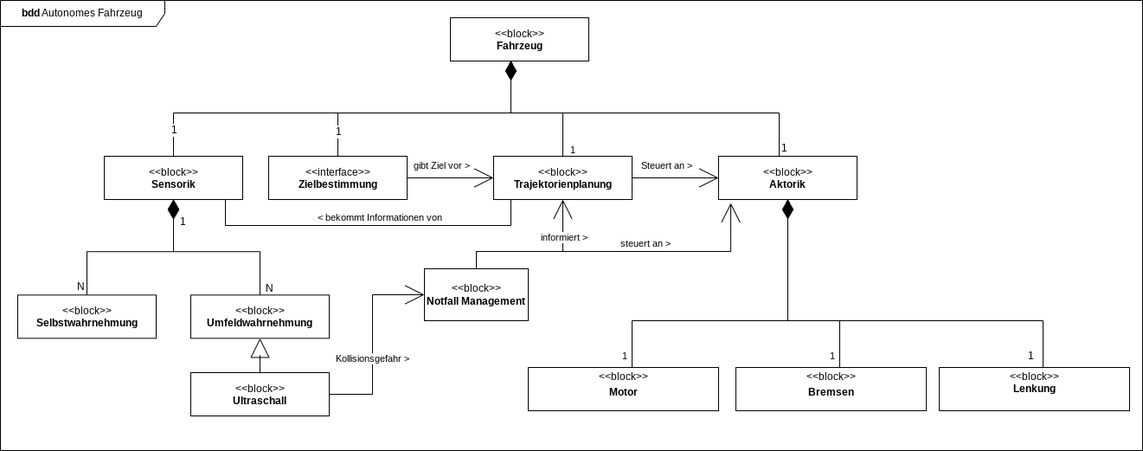
This is bdd.png from agrueneberg/sews2324, a draw.io export, as it was before one commit. Source tidied: cells renumbered, new cells last; positions are measured from the earlier drawing's top-left corner, leaving out a move shared by most shapes.
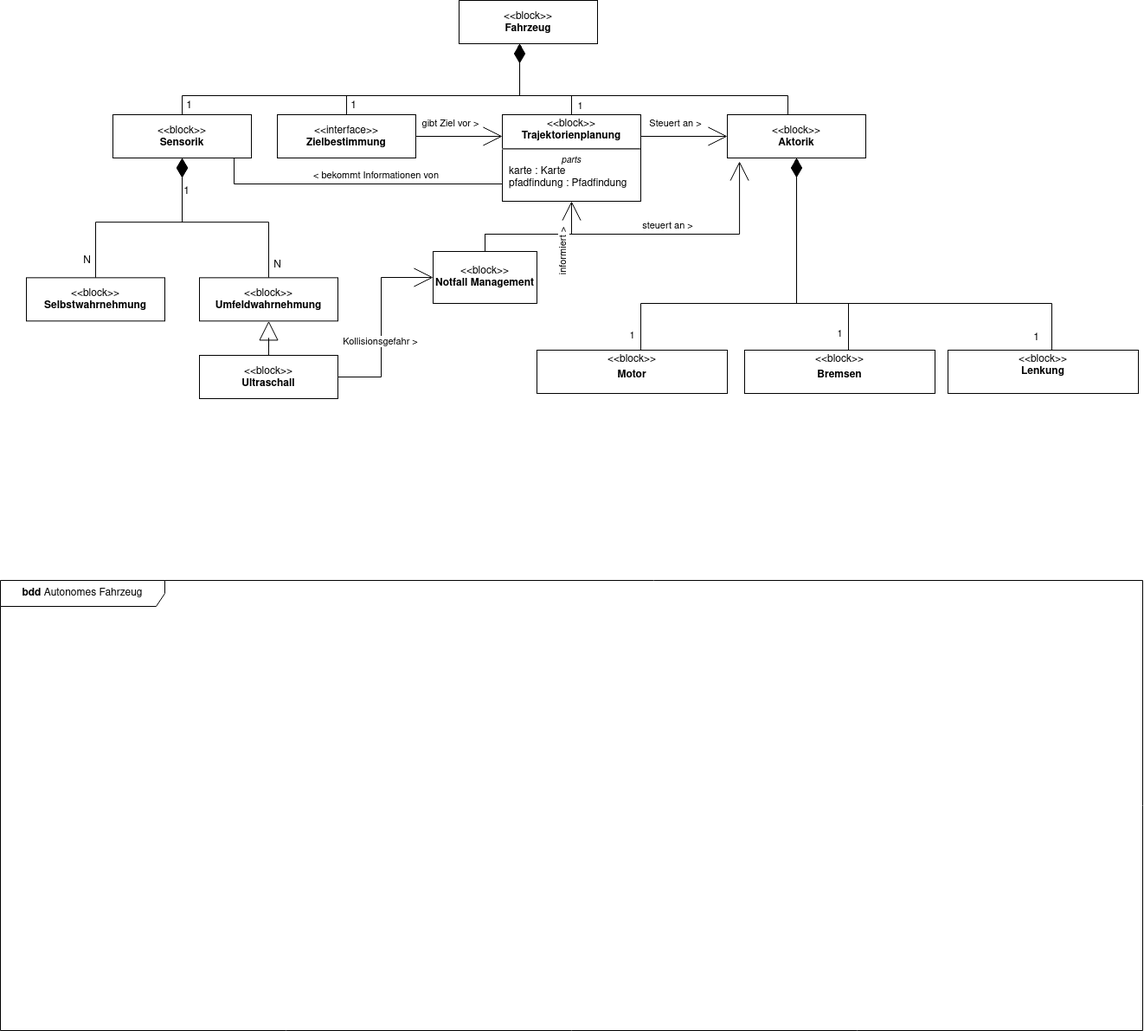
After the commit.

Commit message:
bdd: parts zur Trajektorienplanung hinzugefügt

Change to the diagram source:
```diff
@@ -3,7 +3,7 @@
     <mxCell id="0" />
     <mxCell id="1" parent="0" />
     <mxCell id="2" value="&lt;b&gt;bdd&lt;/b&gt; Autonomes Fahrzeug" style="shape=umlFrame;whiteSpace=wrap;html=1;width=190;height=30;" parent="1" vertex="1">
-      <mxGeometry width="1320" height="520" as="geometry" />
+      <mxGeometry x="-10" y="690" width="1320" height="520" as="geometry" />
     </mxCell>
     <mxCell id="3" value="&lt;p&gt;&amp;lt;&amp;lt;block&amp;gt;&amp;gt;&lt;br&gt;&lt;b&gt;Fahrzeug&lt;/b&gt;&lt;/p&gt;" style="shape=rect;html=1;overflow=fill;whiteSpace=wrap;align=center;" parent="1" vertex="1">
       <mxGeometry x="520" y="20" width="160" height="50" as="geometry" />
@@ -18,10 +18,10 @@
     </mxCell>
     <mxCell id="5" value="1" style="edgeLabel;html=1;align=center;verticalAlign=middle;fontSize=12;" parent="4" vertex="1">
       <mxGeometry x="-0.73" y="-2" relative="1" as="geometry">
-        <mxPoint x="-2" y="13" as="offset" />
+        <mxPoint x="-9" y="10" as="offset" />
       </mxGeometry>
     </mxCell>
-    <mxCell id="6" style="edgeStyle=none;rounded=0;jettySize=auto;html=1;fontSize=12;endArrow=open;endFill=0;endSize=20;" parent="1" edge="1" source="8" target="38">
+    <mxCell id="6" style="edgeStyle=none;rounded=0;jettySize=auto;html=1;fontSize=12;endArrow=open;endFill=0;endSize=20;entryX=0;entryY=0.25;entryDx=0;entryDy=0;" parent="1" edge="1" source="8" target="48">
       <mxGeometry relative="1" as="geometry" />
     </mxCell>
     <mxCell id="7" value="gibt Ziel vor &amp;gt;" style="edgeLabel;html=1;align=center;verticalAlign=middle;" parent="6" vertex="1">
@@ -30,7 +30,7 @@
       </mxGeometry>
     </mxCell>
     <mxCell id="8" value="&lt;p&gt;&amp;lt;&amp;lt;interface&amp;gt;&amp;gt;&lt;br&gt;&lt;b&gt;Zielbestimmung&lt;/b&gt;&lt;/p&gt;" style="shape=rect;html=1;overflow=fill;whiteSpace=wrap;align=center;" parent="1" vertex="1">
-      <mxGeometry x="310" y="180" width="160" height="50" as="geometry" />
+      <mxGeometry x="310" y="152" width="160" height="50" as="geometry" />
     </mxCell>
     <mxCell id="9" style="rounded=0;jettySize=auto;html=1;endArrow=diamondThin;endFill=1;edgeStyle=orthogonalEdgeStyle;" parent="1" edge="1" source="11">
       <mxGeometry relative="1" as="geometry">
@@ -48,7 +48,7 @@
       </mxGeometry>
     </mxCell>
     <mxCell id="11" value="&lt;p&gt;&amp;lt;&amp;lt;block&amp;gt;&amp;gt;&lt;br&gt;&lt;b&gt;Aktorik&lt;/b&gt;&lt;/p&gt;" style="shape=rect;html=1;overflow=fill;whiteSpace=wrap;align=center;" parent="1" vertex="1">
-      <mxGeometry x="830" y="180" width="160" height="50" as="geometry" />
+      <mxGeometry x="830" y="152" width="160" height="50" as="geometry" />
     </mxCell>
     <mxCell id="12" style="edgeStyle=orthogonalEdgeStyle;rounded=0;jettySize=auto;html=1;endArrow=diamondThin;endFill=1;" parent="1" edge="1" source="15" target="11">
       <mxGeometry relative="1" as="geometry">
@@ -87,9 +87,8 @@
     <mxCell id="18" value="&lt;p style=&quot;margin:0px;margin-top:4px;text-align:center;&quot;&gt;&amp;lt;&amp;lt;block&amp;gt;&amp;gt;&lt;/p&gt;&lt;p style=&quot;margin:0px;margin-top:4px;text-align:center;&quot;&gt;&lt;b&gt;Bremsen&lt;/b&gt;&lt;/p&gt;" style="shape=rect;html=1;overflow=fill;verticalAlign=top;align=left;whiteSpace=wrap;fontSize=12;" parent="1" vertex="1">
       <mxGeometry x="850" y="424" width="220" height="50" as="geometry" />
     </mxCell>
-    <mxCell id="19" style="edgeStyle=orthogonalEdgeStyle;rounded=0;jettySize=auto;html=1;fontSize=12;endArrow=diamondThin;endFill=1;endSize=20;" parent="1" edge="1" source="21">
+    <mxCell id="19" style="edgeStyle=orthogonalEdgeStyle;rounded=0;jettySize=auto;html=1;fontSize=12;endArrow=diamondThin;endFill=1;endSize=20;entryX=0.5;entryY=1;entryDx=0;entryDy=0;" parent="1" edge="1" source="21" target="11">
       <mxGeometry relative="1" as="geometry">
-        <mxPoint x="910" y="230" as="targetPoint" />
         <Array as="points">
           <mxPoint x="1205" y="370" />
           <mxPoint x="910" y="370" />
@@ -114,14 +113,15 @@
     </mxCell>
     <mxCell id="23" value="1" style="edgeLabel;html=1;align=center;verticalAlign=middle;fontSize=12;" parent="22" vertex="1">
       <mxGeometry x="-0.85" y="2" relative="1" as="geometry">
-        <mxPoint x="2" y="6" as="offset" />
+        <mxPoint x="-6" y="14" as="offset" />
       </mxGeometry>
     </mxCell>
-    <mxCell id="24" style="edgeStyle=orthogonalEdgeStyle;rounded=0;jettySize=auto;html=1;fontSize=12;endArrow=none;endFill=0;entryX=0.5;entryY=1;entryDx=0;entryDy=0;" parent="1" edge="1" source="26" target="38">
+    <mxCell id="24" style="edgeStyle=orthogonalEdgeStyle;rounded=0;jettySize=auto;html=1;fontSize=12;endArrow=none;endFill=0;entryX=0.5;entryY=1;entryDx=0;entryDy=0;" parent="1" edge="1" source="26">
       <mxGeometry relative="1" as="geometry">
+        <mxPoint x="650" y="232" as="targetPoint" />
         <Array as="points">
-          <mxPoint x="260" y="260" />
-          <mxPoint x="590" y="260" />
+          <mxPoint x="260" y="232" />
+          <mxPoint x="590" y="232" />
         </Array>
       </mxGeometry>
     </mxCell>
@@ -131,7 +131,7 @@
       </mxGeometry>
     </mxCell>
     <mxCell id="26" value="&lt;p&gt;&amp;lt;&amp;lt;block&amp;gt;&amp;gt;&lt;br&gt;&lt;b&gt;Sensorik&lt;/b&gt;&lt;/p&gt;" style="shape=rect;html=1;overflow=fill;whiteSpace=wrap;align=center;" parent="1" vertex="1">
-      <mxGeometry x="120" y="180" width="160" height="50" as="geometry" />
+      <mxGeometry x="120" y="152" width="160" height="50" as="geometry" />
     </mxCell>
     <mxCell id="27" style="edgeStyle=orthogonalEdgeStyle;rounded=0;jettySize=auto;html=1;fontSize=12;endArrow=diamondThin;endFill=0;endSize=20;" parent="1" edge="1" source="29" target="26">
       <mxGeometry relative="1" as="geometry" />
@@ -160,8 +160,9 @@
     <mxCell id="33" value="&lt;p&gt;&amp;lt;&amp;lt;block&amp;gt;&amp;gt;&lt;br&gt;&lt;b&gt;Umfeldwahrnehmung&lt;/b&gt;&lt;/p&gt;" style="shape=rect;html=1;overflow=fill;whiteSpace=wrap;align=center;" parent="1" vertex="1">
       <mxGeometry x="220" y="340.3" width="160" height="50" as="geometry" />
     </mxCell>
-    <mxCell id="34" style="edgeStyle=orthogonalEdgeStyle;rounded=0;jettySize=auto;html=1;fontSize=12;endArrow=diamondThin;endFill=1;strokeWidth=1;endSize=20;" parent="1" edge="1" source="38" target="3">
+    <mxCell id="34" style="edgeStyle=orthogonalEdgeStyle;rounded=0;jettySize=auto;html=1;fontSize=12;endArrow=diamondThin;endFill=1;strokeWidth=1;endSize=20;" parent="1" edge="1" target="3">
       <mxGeometry relative="1" as="geometry">
+        <mxPoint x="650" y="180" as="sourcePoint" />
         <Array as="points">
           <mxPoint x="650" y="130" />
           <mxPoint x="590" y="130" />
@@ -170,10 +171,10 @@
     </mxCell>
     <mxCell id="35" value="1" style="edgeLabel;html=1;align=center;verticalAlign=middle;" parent="34" vertex="1">
       <mxGeometry x="-0.91" y="-1" relative="1" as="geometry">
-        <mxPoint x="9" as="offset" />
+        <mxPoint x="9" y="-31" as="offset" />
       </mxGeometry>
     </mxCell>
-    <mxCell id="36" style="edgeStyle=none;rounded=0;jettySize=auto;html=1;fontSize=12;endArrow=open;endFill=0;endSize=20;" parent="1" edge="1" source="38" target="11">
+    <mxCell id="36" style="edgeStyle=none;rounded=0;jettySize=auto;html=1;fontSize=12;endArrow=open;endFill=0;endSize=20;exitX=1;exitY=0.25;exitDx=0;exitDy=0;" parent="1" edge="1" source="48" target="11">
       <mxGeometry relative="1" as="geometry" />
     </mxCell>
     <mxCell id="37" value="Steuert an &amp;gt;" style="edgeLabel;html=1;align=center;verticalAlign=middle;" parent="36" vertex="1">
@@ -181,9 +182,6 @@
         <mxPoint y="-12" as="offset" />
       </mxGeometry>
     </mxCell>
-    <mxCell id="38" value="&lt;p&gt;&amp;lt;&amp;lt;block&amp;gt;&amp;gt;&lt;br&gt;&lt;b&gt;Trajektorienplanung&lt;/b&gt;&lt;/p&gt;" style="shape=rect;html=1;overflow=fill;whiteSpace=wrap;align=center;" parent="1" vertex="1">
-      <mxGeometry x="570" y="180" width="160" height="50" as="geometry" />
-    </mxCell>
     <mxCell id="39" style="edgeStyle=orthogonalEdgeStyle;rounded=0;jettySize=auto;html=1;endArrow=block;endFill=0;endSize=20;" parent="1" edge="1" source="42" target="33">
       <mxGeometry relative="1" as="geometry" />
     </mxCell>
@@ -209,7 +207,7 @@
         <mxPoint y="-6" as="offset" />
       </mxGeometry>
     </mxCell>
-    <mxCell id="45" style="edgeStyle=orthogonalEdgeStyle;rounded=0;jettySize=auto;html=1;endArrow=open;endFill=0;endSize=20;strokeWidth=1;" parent="1" edge="1" source="47" target="38">
+    <mxCell id="45" style="edgeStyle=orthogonalEdgeStyle;rounded=0;jettySize=auto;html=1;endArrow=open;endFill=0;endSize=20;strokeWidth=1;entryX=0.5;entryY=1;entryDx=0;entryDy=0;" parent="1" edge="1" source="47" target="48">
       <mxGeometry relative="1" as="geometry">
         <Array as="points">
           <mxPoint x="550" y="290" />
@@ -217,13 +215,16 @@
         </Array>
       </mxGeometry>
     </mxCell>
-    <mxCell id="46" value="informiert &amp;gt;" style="edgeLabel;html=1;align=center;verticalAlign=middle;" parent="45" vertex="1">
+    <mxCell id="46" value="informiert &amp;gt;" style="edgeLabel;html=1;align=center;verticalAlign=middle;rotation=-90;" parent="45" vertex="1">
       <mxGeometry x="0.52" y="-2" relative="1" as="geometry">
-        <mxPoint x="-2" as="offset" />
+        <mxPoint x="-12" y="20" as="offset" />
       </mxGeometry>
     </mxCell>
     <mxCell id="47" value="&amp;lt;&amp;lt;block&amp;gt;&amp;gt;&lt;br&gt;&lt;b&gt;Notfall Management&lt;/b&gt;" style="rounded=0;whiteSpace=wrap;html=1;" parent="1" vertex="1">
       <mxGeometry x="490" y="310" width="120" height="60" as="geometry" />
     </mxCell>
+    <mxCell id="48" value="&lt;p style=&quot;margin:0px;margin-top:4px;text-align:center;&quot;&gt;&amp;lt;&amp;lt;block&amp;gt;&amp;gt;&lt;br&gt;&lt;b&gt;Trajektorienplanung&lt;/b&gt;&lt;br&gt;&lt;/p&gt;&lt;hr&gt;&lt;p style=&quot;font-size:10px;margin:0px;text-align:center;&quot;&gt;&lt;i&gt;parts&lt;/i&gt;&lt;/p&gt;&lt;p style=&quot;margin:0px;margin-left:8px;text-align:left;&quot;&gt;karte : Karte&lt;/p&gt;&lt;p style=&quot;margin:0px;margin-left:8px;text-align:left;&quot;&gt;pfadfindung : Pfadfindung&lt;/p&gt;" style="shape=rect;html=1;overflow=fill;verticalAlign=top;align=left;whiteSpace=wrap;" parent="1" vertex="1">
+      <mxGeometry x="570" y="152" width="160" height="100" as="geometry" />
+    </mxCell>
   </root>
 </mxGraphModel>
```
